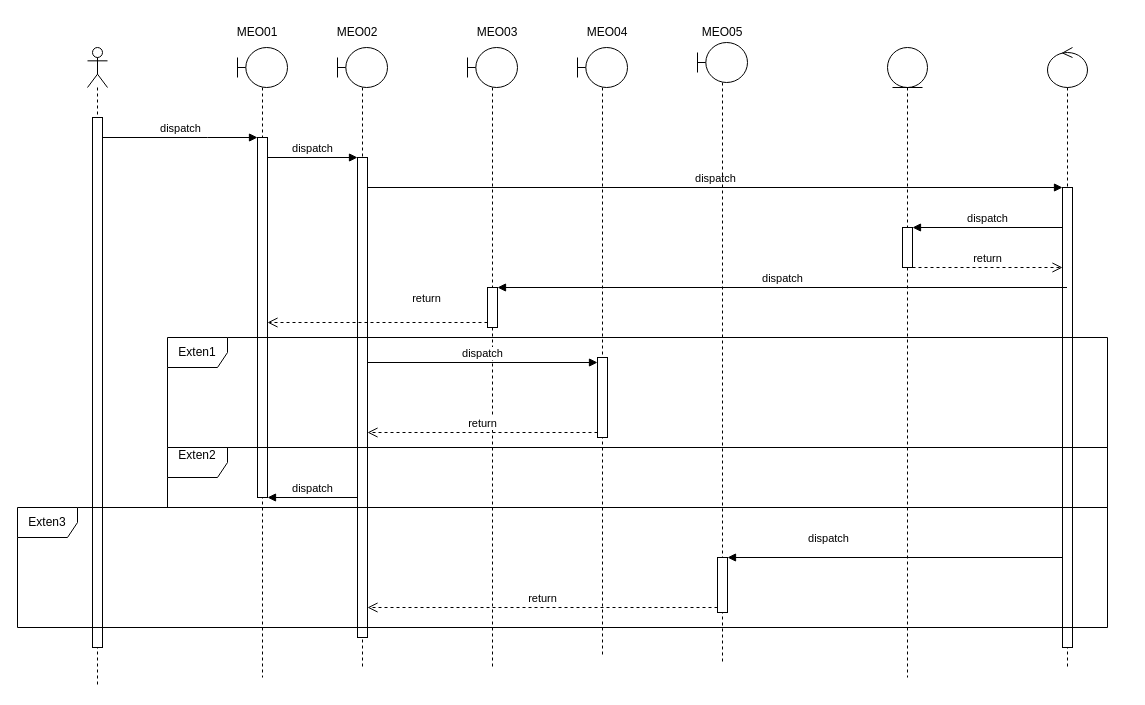
Frereri/ProgettoINGSW keeps this draw.io diagram as SeqDiagram1.drawio. Above is the earlier version. Source tidied: cells renumbered, new cells numbered last; positions are measured from the earlier drawing's top-left corner, leaving out a move shared by most shapes. Both pictures are drawn from the tidied source at 100%, with x=0, y=0 at pixel (17, 17).
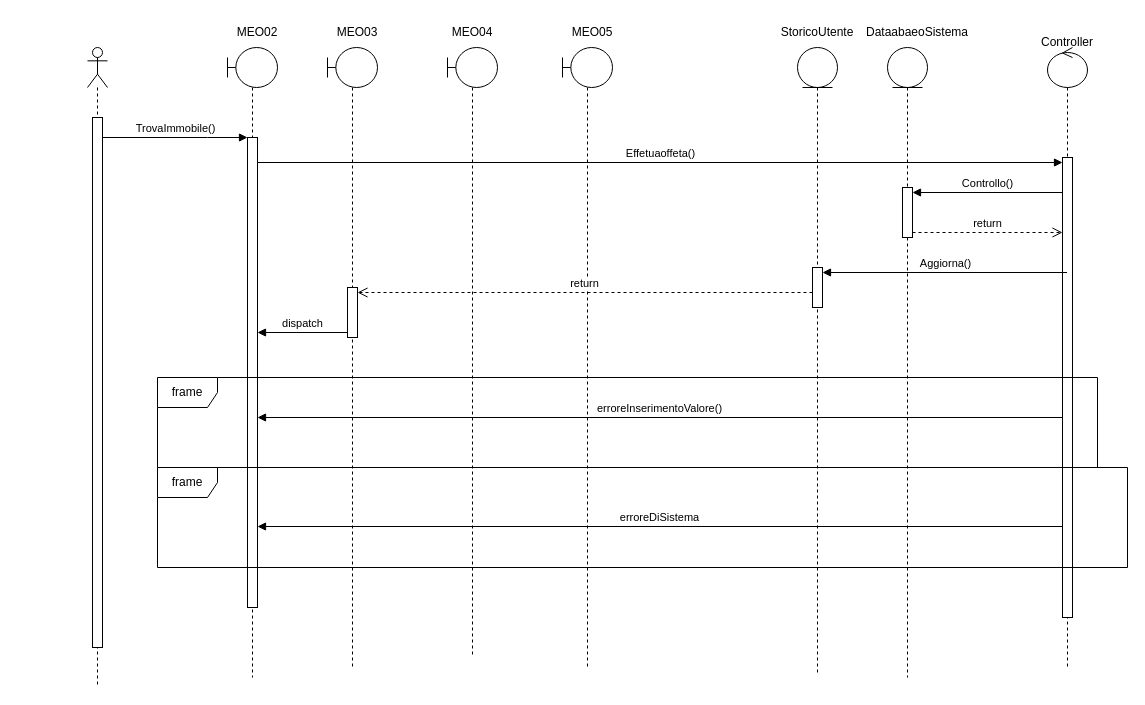
The same diagram, later.

Unchanged cells that the change refers to:
```xml
<mxCell id="3" style="html=1;points=[[0,0,0,0,5],[0,1,0,0,-5],[1,0,0,0,5],[1,1,0,0,-5]];perimeter=orthogonalPerimeter;outlineConnect=0;targetShapes=umlLifeline;portConstraint=eastwest;newEdgeStyle={&quot;curved&quot;:0,&quot;rounded&quot;:0};" parent="2" vertex="1">
  <mxGeometry x="5" y="70" width="10" height="530" as="geometry" />
</mxCell>
<mxCell id="12" style="shape=umlLifeline;perimeter=lifelinePerimeter;whiteSpace=wrap;html=1;newEdgeStyle={&quot;curved&quot;:0,&quot;rounded&quot;:0};participant=umlEntity;" parent="1" vertex="1">
  <mxGeometry x="870" y="30" width="40" height="630" as="geometry" />
</mxCell>
<mxCell id="14" style="shape=umlLifeline;perimeter=lifelinePerimeter;whiteSpace=wrap;html=1;outlineConnect=0;portConstraint=eastwest;newEdgeStyle={&quot;curved&quot;:0,&quot;rounded&quot;:0};participant=umlControl;" parent="1" vertex="1">
  <mxGeometry x="1030" y="30" width="40" height="620" as="geometry" />
</mxCell>
```

Diff of the diagram source:
```diff
@@
     <mxCell id="4" style="shape=umlLifeline;perimeter=lifelinePerimeter;whiteSpace=wrap;html=1;newEdgeStyle={&quot;curved&quot;:0,&quot;rounded&quot;:0};participant=umlBoundary;" parent="1" vertex="1">
-      <mxGeometry x="220" y="30" width="50" height="630" as="geometry" />
+      <mxGeometry x="210" y="30" width="50" height="630" as="geometry" />
     </mxCell>
     <mxCell id="5" style="html=1;points=[[0,0,0,0,5],[0,1,0,0,-5],[1,0,0,0,5],[1,1,0,0,-5]];perimeter=orthogonalPerimeter;outlineConnect=0;targetShapes=umlLifeline;portConstraint=eastwest;newEdgeStyle={&quot;curved&quot;:0,&quot;rounded&quot;:0};" parent="4" vertex="1">
-      <mxGeometry x="20" y="90" width="10" height="360" as="geometry" />
+      <mxGeometry x="20" y="90" width="10" height="470" as="geometry" />
     </mxCell>
     <mxCell id="6" style="shape=umlLifeline;perimeter=lifelinePerimeter;whiteSpace=wrap;html=1;newEdgeStyle={&quot;curved&quot;:0,&quot;rounded&quot;:0};participant=umlBoundary;" parent="1" vertex="1">
-      <mxGeometry x="560" y="30" width="50" height="610" as="geometry" />
+      <mxGeometry x="430" y="30" width="50" height="610" as="geometry" />
     </mxCell>
-    <mxCell id="7" style="html=1;points=[[0,0,0,0,5],[0,1,0,0,-5],[1,0,0,0,5],[1,1,0,0,-5]];perimeter=orthogonalPerimeter;outlineConnect=0;targetShapes=umlLifeline;portConstraint=eastwest;newEdgeStyle={&quot;curved&quot;:0,&quot;rounded&quot;:0};" parent="6" vertex="1">
-      <mxGeometry x="20" y="310" width="10" height="80" as="geometry" />
-    </mxCell>
     <mxCell id="8" style="shape=umlLifeline;perimeter=lifelinePerimeter;whiteSpace=wrap;html=1;newEdgeStyle={&quot;curved&quot;:0,&quot;rounded&quot;:0};participant=umlBoundary;" parent="1" vertex="1">
-      <mxGeometry x="450" y="30" width="50" height="620" as="geometry" />
+      <mxGeometry x="310" y="30" width="50" height="620" as="geometry" />
     </mxCell>
-    <mxCell id="9" style="html=1;points=[[0,0,0,0,5],[0,1,0,0,-5],[1,0,0,0,5],[1,1,0,0,-5]];perimeter=orthogonalPerimeter;outlineConnect=0;targetShapes=umlLifeline;portConstraint=eastwest;newEdgeStyle={&quot;curved&quot;:0,&quot;rounded&quot;:0};" parent="8" vertex="1">
-      <mxGeometry x="20" y="240" width="10" height="40" as="geometry" />
-    </mxCell>
-    <mxCell id="10" style="shape=umlLifeline;perimeter=lifelinePerimeter;whiteSpace=wrap;html=1;newEdgeStyle={&quot;curved&quot;:0,&quot;rounded&quot;:0};participant=umlBoundary;" parent="1" vertex="1">
-      <mxGeometry x="320" y="30" width="50" height="620" as="geometry" />
-    </mxCell>
-    <mxCell id="11" style="html=1;points=[[0,0,0,0,5],[0,1,0,0,-5],[1,0,0,0,5],[1,1,0,0,-5]];perimeter=orthogonalPerimeter;outlineConnect=0;targetShapes=umlLifeline;portConstraint=eastwest;newEdgeStyle={&quot;curved&quot;:0,&quot;rounded&quot;:0};" parent="10" vertex="1">
-      <mxGeometry x="20" y="110" width="10" height="480" as="geometry" />
-    </mxCell>
+    <mxCell id="38" style="html=1;points=[[0,0,0,0,5],[0,1,0,0,-5],[1,0,0,0,5],[1,1,0,0,-5]];perimeter=orthogonalPerimeter;outlineConnect=0;targetShapes=umlLifeline;portConstraint=eastwest;newEdgeStyle={&quot;curved&quot;:0,&quot;rounded&quot;:0};" parent="8" vertex="1">
+      <mxGeometry x="20" y="240" width="10" height="50" as="geometry" />
+    </mxCell>
@@
     <mxCell id="13" style="html=1;points=[[0,0,0,0,5],[0,1,0,0,-5],[1,0,0,0,5],[1,1,0,0,-5]];perimeter=orthogonalPerimeter;outlineConnect=0;targetShapes=umlLifeline;portConstraint=eastwest;newEdgeStyle={&quot;curved&quot;:0,&quot;rounded&quot;:0};" parent="12" vertex="1">
-      <mxGeometry x="15" y="180" width="10" height="40" as="geometry" />
+      <mxGeometry x="15" y="140" width="10" height="50" as="geometry" />
     </mxCell>
@@
     <mxCell id="15" style="html=1;points=[[0,0,0,0,5],[0,1,0,0,-5],[1,0,0,0,5],[1,1,0,0,-5]];perimeter=orthogonalPerimeter;outlineConnect=0;targetShapes=umlLifeline;portConstraint=eastwest;newEdgeStyle={&quot;curved&quot;:0,&quot;rounded&quot;:0};" parent="14" vertex="1">
-      <mxGeometry x="15" y="140" width="10" height="460" as="geometry" />
+      <mxGeometry x="15" y="110" width="10" height="460" as="geometry" />
     </mxCell>
-    <mxCell id="16" value="dispatch" style="html=1;verticalAlign=bottom;endArrow=block;curved=0;rounded=0;" parent="1" edge="1" source="3" target="5">
+    <mxCell id="16" value="TrovaImmobile()" style="html=1;verticalAlign=bottom;endArrow=block;curved=0;rounded=0;" parent="1" edge="1" source="3" target="5">
       <mxGeometry relative="1" as="geometry">
         <Array as="points">
           <mxPoint x="190" y="120" />
         </Array>
       </mxGeometry>
     </mxCell>
-    <mxCell id="17" value="dispatch" style="html=1;verticalAlign=bottom;endArrow=block;curved=0;rounded=0;entryX=1;entryY=0;entryDx=0;entryDy=5;entryPerimeter=0;" parent="1" edge="1">
-      <mxGeometry relative="1" as="geometry">
-        <mxPoint x="1045" y="210" as="sourcePoint" />
-        <mxPoint x="895" y="210" as="targetPoint" />
-      </mxGeometry>
+    <mxCell id="17" value="Controllo()" style="html=1;verticalAlign=bottom;endArrow=block;curved=0;rounded=0;entryX=1;entryY=0;entryDx=0;entryDy=5;entryPerimeter=0;" parent="1" edge="1" source="15" target="13">
+      <mxGeometry relative="1" as="geometry" />
     </mxCell>
-    <mxCell id="18" value="dispatch" style="html=1;verticalAlign=bottom;endArrow=block;curved=0;rounded=0;entryX=0;entryY=0;entryDx=0;entryDy=5;entryPerimeter=0;" parent="1" edge="1">
-      <mxGeometry relative="1" as="geometry">
-        <mxPoint x="250" y="140" as="sourcePoint" />
-        <mxPoint x="340" y="140" as="targetPoint" />
-      </mxGeometry>
+    <mxCell id="18" value="Effetuaoffeta()" style="html=1;verticalAlign=bottom;endArrow=block;curved=0;rounded=0;entryX=0;entryY=0;entryDx=0;entryDy=5;entryPerimeter=0;" parent="1" edge="1" source="5" target="15">
+      <mxGeometry relative="1" as="geometry" />
     </mxCell>
-    <mxCell id="19" value="return" style="html=1;verticalAlign=bottom;endArrow=open;dashed=1;endSize=8;curved=0;rounded=0;exitX=1;exitY=1;exitDx=0;exitDy=-5;exitPerimeter=0;" parent="1" edge="1">
-      <mxGeometry relative="1" as="geometry">
-        <mxPoint x="895" y="250" as="sourcePoint" />
-        <mxPoint x="1045" y="250" as="targetPoint" />
-      </mxGeometry>
+    <mxCell id="19" value="return" style="html=1;verticalAlign=bottom;endArrow=open;dashed=1;endSize=8;curved=0;rounded=0;exitX=1;exitY=1;exitDx=0;exitDy=-5;exitPerimeter=0;" parent="1" edge="1" source="13" target="15">
+      <mxGeometry relative="1" as="geometry" />
     </mxCell>
-    <mxCell id="20" value="Exten1" style="shape=umlFrame;whiteSpace=wrap;html=1;" parent="1" vertex="1">
-      <mxGeometry x="150" y="320" width="940" height="110" as="geometry" />
-    </mxCell>
-    <mxCell id="21" value="dispatch" style="html=1;verticalAlign=bottom;endArrow=block;curved=0;rounded=0;entryX=0;entryY=0;entryDx=0;entryDy=5;entryPerimeter=0;" parent="1" edge="1">
-      <mxGeometry relative="1" as="geometry">
-        <mxPoint x="350" y="170" as="sourcePoint" />
-        <mxPoint x="1045" y="170" as="targetPoint" />
-      </mxGeometry>
-    </mxCell>
-    <mxCell id="22" value="dispatch" style="html=1;verticalAlign=bottom;endArrow=block;curved=0;rounded=0;entryX=1;entryY=0;entryDx=0;entryDy=5;entryPerimeter=0;" parent="1" edge="1">
-      <mxGeometry relative="1" as="geometry">
-        <mxPoint x="1049.5" y="270" as="sourcePoint" />
-        <mxPoint x="480" y="270" as="targetPoint" />
-      </mxGeometry>
-    </mxCell>
-    <mxCell id="23" value="MEO01" style="text;html=1;whiteSpace=wrap;strokeColor=none;fillColor=none;align=center;verticalAlign=middle;rounded=0;" parent="1" vertex="1">
+    <mxCell id="23" value="MEO02" style="text;html=1;whiteSpace=wrap;strokeColor=none;fillColor=none;align=center;verticalAlign=middle;rounded=0;" parent="1" vertex="1">
       <mxGeometry x="210" width="60" height="30" as="geometry" />
     </mxCell>
-    <mxCell id="24" value="MEO02" style="text;html=1;whiteSpace=wrap;strokeColor=none;fillColor=none;align=center;verticalAlign=middle;rounded=0;" parent="1" vertex="1">
-      <mxGeometry x="310" width="60" height="30" as="geometry" />
-    </mxCell>
     <mxCell id="25" value="MEO03" style="text;html=1;whiteSpace=wrap;strokeColor=none;fillColor=none;align=center;verticalAlign=middle;rounded=0;" parent="1" vertex="1">
-      <mxGeometry x="450" width="60" height="30" as="geometry" />
+      <mxGeometry x="310" width="60" height="30" as="geometry" />
     </mxCell>
     <mxCell id="26" value="MEO04" style="text;html=1;whiteSpace=wrap;strokeColor=none;fillColor=none;align=center;verticalAlign=middle;rounded=0;" parent="1" vertex="1">
-      <mxGeometry x="560" width="60" height="30" as="geometry" />
+      <mxGeometry x="425" width="60" height="30" as="geometry" />
     </mxCell>
     <mxCell id="27" value="MEO05" style="text;html=1;whiteSpace=wrap;strokeColor=none;fillColor=none;align=center;verticalAlign=middle;rounded=0;" parent="1" vertex="1">
-      <mxGeometry x="675" width="60" height="30" as="geometry" />
+      <mxGeometry x="545" width="60" height="30" as="geometry" />
     </mxCell>
-    <mxCell id="28" value="dispatch" style="html=1;verticalAlign=bottom;endArrow=block;curved=0;rounded=0;entryX=0;entryY=0;entryDx=0;entryDy=5;entryPerimeter=0;" parent="1" edge="1" source="11" target="7">
-      <mxGeometry relative="1" as="geometry" />
-    </mxCell>
-    <mxCell id="29" value="return" style="html=1;verticalAlign=bottom;endArrow=open;dashed=1;endSize=8;curved=0;rounded=0;exitX=0;exitY=1;exitDx=0;exitDy=-5;exitPerimeter=0;" parent="1" edge="1" source="7" target="11">
-      <mxGeometry relative="1" as="geometry" />
-    </mxCell>
-    <mxCell id="30" value="return" style="html=1;verticalAlign=bottom;endArrow=open;dashed=1;endSize=8;curved=0;rounded=0;exitX=0;exitY=1;exitDx=0;exitDy=-5;exitPerimeter=0;" parent="1" edge="1" source="9" target="5">
-      <mxGeometry x="-0.45" y="-15" relative="1" as="geometry" />
-    </mxCell>
-    <mxCell id="31" value="Exten2&lt;div&gt;&lt;br&gt;&lt;/div&gt;" style="shape=umlFrame;whiteSpace=wrap;html=1;" parent="1" vertex="1">
-      <mxGeometry x="150" y="430" width="940" height="60" as="geometry" />
-    </mxCell>
     <mxCell id="32" style="shape=umlLifeline;perimeter=lifelinePerimeter;whiteSpace=wrap;html=1;newEdgeStyle={&quot;curved&quot;:0,&quot;rounded&quot;:0};participant=umlBoundary;" parent="1" vertex="1">
-      <mxGeometry x="680" y="25" width="50" height="620" as="geometry" />
+      <mxGeometry x="545" y="30" width="50" height="620" as="geometry" />
     </mxCell>
-    <mxCell id="33" style="html=1;perimeter=orthogonalPerimeter;targetShapes=umlLifeline;newEdgeStyle={&quot;curved&quot;:0,&quot;rounded&quot;:0};" parent="32" vertex="1">
-      <mxGeometry x="20" y="515" width="10" height="55" as="geometry" />
-    </mxCell>
+    <mxCell id="39" value="Aggiorna()" style="html=1;verticalAlign=bottom;endArrow=block;curved=0;rounded=0;entryX=1;entryY=0;entryDx=0;entryDy=5;entryPerimeter=0;" parent="1" edge="1" source="14" target="41">
+      <mxGeometry relative="1" as="geometry" />
+    </mxCell>
+    <mxCell id="40" style="shape=umlLifeline;perimeter=lifelinePerimeter;whiteSpace=wrap;html=1;newEdgeStyle={&quot;curved&quot;:0,&quot;rounded&quot;:0};participant=umlEntity;" parent="1" vertex="1">
+      <mxGeometry x="780" y="30" width="40" height="625" as="geometry" />
+    </mxCell>
+    <mxCell id="41" style="html=1;points=[[0,0,0,0,5],[0,1,0,0,-5],[1,0,0,0,5],[1,1,0,0,-5]];perimeter=orthogonalPerimeter;outlineConnect=0;targetShapes=umlLifeline;portConstraint=eastwest;newEdgeStyle={&quot;curved&quot;:0,&quot;rounded&quot;:0};" parent="40" vertex="1">
+      <mxGeometry x="15" y="220" width="10" height="40" as="geometry" />
+    </mxCell>
+    <mxCell id="42" value="StoricoUtente" style="text;html=1;whiteSpace=wrap;strokeColor=none;fillColor=none;align=center;verticalAlign=middle;rounded=0;" parent="1" vertex="1">
+      <mxGeometry x="770" width="60" height="30" as="geometry" />
+    </mxCell>
+    <mxCell id="43" value="DataabaeoSistema" style="text;html=1;whiteSpace=wrap;strokeColor=none;fillColor=none;align=center;verticalAlign=middle;rounded=0;" parent="1" vertex="1">
+      <mxGeometry x="870" width="60" height="30" as="geometry" />
+    </mxCell>
+    <mxCell id="44" value="Controller" style="text;html=1;whiteSpace=wrap;strokeColor=none;fillColor=none;align=center;verticalAlign=middle;rounded=0;" parent="1" vertex="1">
+      <mxGeometry x="1020" y="10" width="60" height="30" as="geometry" />
+    </mxCell>
+    <mxCell id="45" value="frame" style="shape=umlFrame;whiteSpace=wrap;html=1;" parent="1" vertex="1">
+      <mxGeometry x="140" y="360" width="940" height="90" as="geometry" />
+    </mxCell>
+    <mxCell id="46" value="return" style="html=1;verticalAlign=bottom;endArrow=open;dashed=1;endSize=8;curved=0;rounded=0;entryX=1;entryY=0;entryDx=0;entryDy=5;entryPerimeter=0;" parent="1" edge="1" source="41" target="38">
+      <mxGeometry relative="1" as="geometry" />
+    </mxCell>
+    <mxCell id="47" value="frame" style="shape=umlFrame;whiteSpace=wrap;html=1;" parent="1" vertex="1">
+      <mxGeometry x="140" y="450" width="970" height="100" as="geometry" />
+    </mxCell>
-    <mxCell id="34" value="dispatch" style="html=1;verticalAlign=bottom;endArrow=block;curved=0;rounded=0;exitX=0;exitY=1;exitDx=0;exitDy=-5;exitPerimeter=0;" parent="1" edge="1">
-      <mxGeometry x="0.4" y="-10" relative="1" as="geometry">
-        <mxPoint x="1045" y="540" as="sourcePoint" />
-        <mxPoint x="710" y="540" as="targetPoint" />
-      </mxGeometry>
+    <mxCell id="34" value="dispatch" style="html=1;verticalAlign=bottom;endArrow=block;curved=0;rounded=0;exitX=0;exitY=1;exitDx=0;exitDy=-5;exitPerimeter=0;" parent="1" edge="1" source="38" target="5">
+      <mxGeometry relative="1" as="geometry" />
     </mxCell>
-    <mxCell id="35" value="Exten3" style="shape=umlFrame;whiteSpace=wrap;html=1;" parent="1" vertex="1">
-      <mxGeometry y="490" width="1090" height="120" as="geometry" />
-    </mxCell>
-    <mxCell id="36" value="dispatch" style="html=1;verticalAlign=bottom;endArrow=block;curved=0;rounded=0;entryX=1;entryY=1;entryDx=0;entryDy=-5;entryPerimeter=0;" parent="1" edge="1">
-      <mxGeometry relative="1" as="geometry">
-        <mxPoint x="340" y="480" as="sourcePoint" />
-        <mxPoint x="250" y="480" as="targetPoint" />
-      </mxGeometry>
-    </mxCell>
-    <mxCell id="37" value="return" style="html=1;verticalAlign=bottom;endArrow=open;dashed=1;endSize=8;curved=0;rounded=0;" parent="1" edge="1" target="11">
-      <mxGeometry relative="1" as="geometry">
-        <mxPoint x="700" y="590" as="sourcePoint" />
-      </mxGeometry>
-    </mxCell>
+    <mxCell id="48" value="erroreInserimentoValore()" style="html=1;verticalAlign=bottom;endArrow=block;curved=0;rounded=0;" parent="1" edge="1" target="5">
+      <mxGeometry relative="1" as="geometry">
+        <mxPoint x="1045" y="400" as="sourcePoint" />
+      </mxGeometry>
+    </mxCell>
+    <mxCell id="49" value="erroreDiSistema" style="html=1;verticalAlign=bottom;endArrow=block;curved=0;rounded=0;" parent="1" edge="1" target="5">
+      <mxGeometry relative="1" as="geometry">
+        <mxPoint x="1045" y="509" as="sourcePoint" />
+      </mxGeometry>
+    </mxCell>
```
